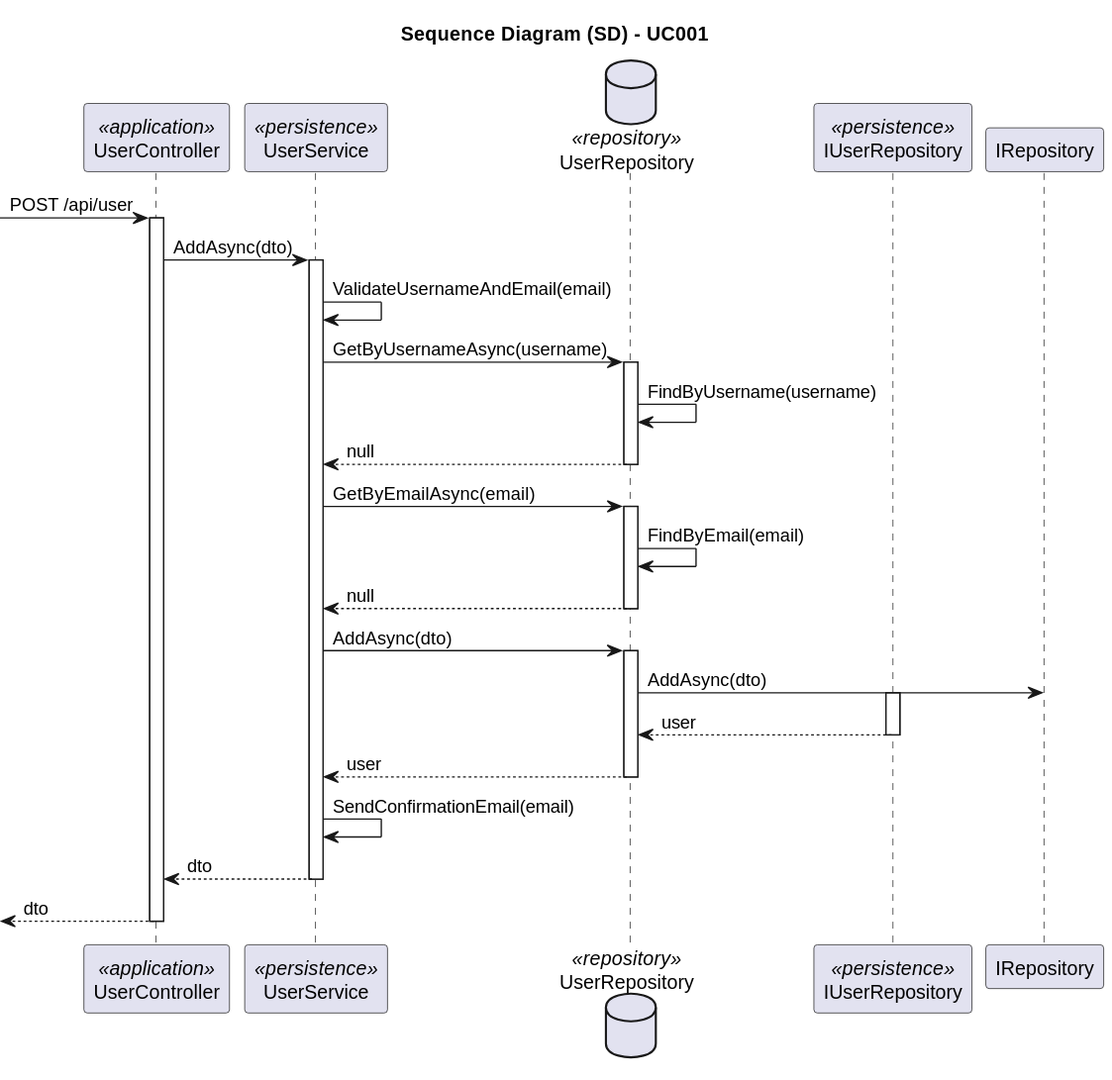
Before: docs/SprintA/UseCases/UC001/03.design/svg/uc001-sequence-diagram.svg, a diagram exported from PlantUML (1221124/sem5pi-24-25-g031).
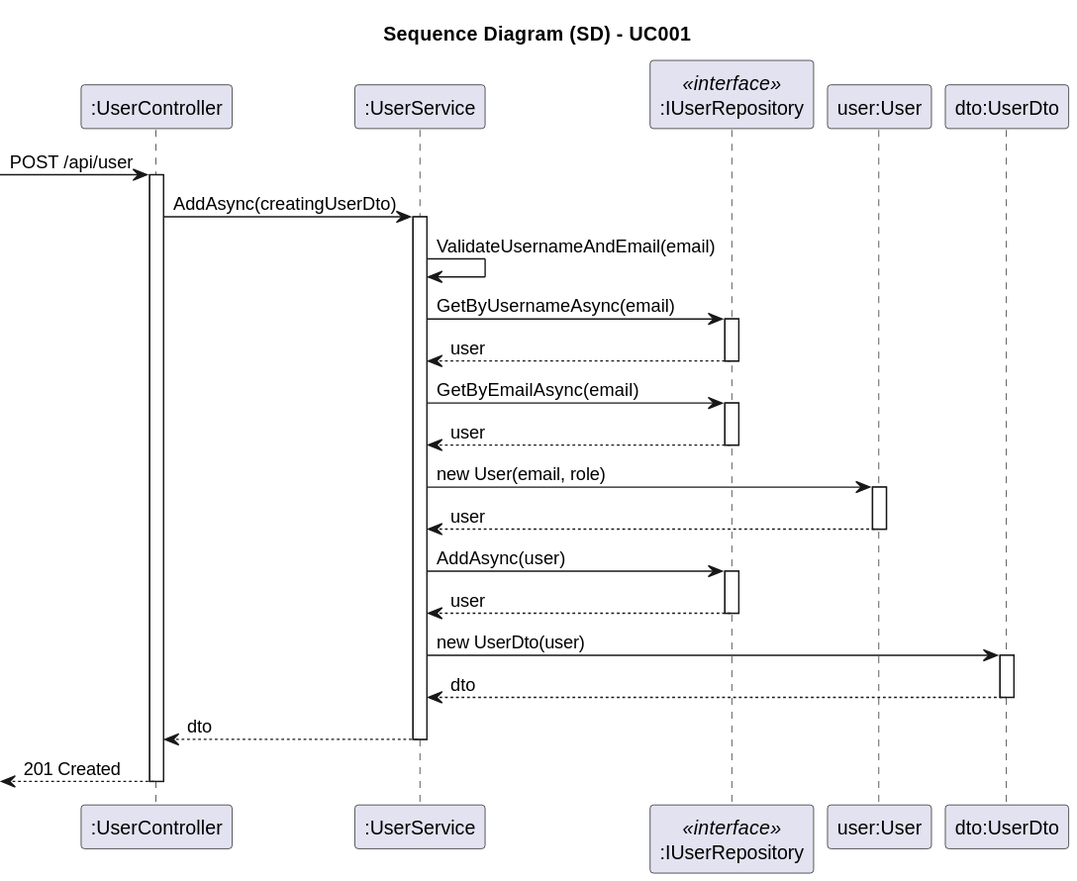
The same diagram one commit later.

Diff of the diagram source:
```diff
@@ -7,28 +7,27 @@
 
 title Sequence Diagram (SD) - UC001
 
-participant UserController as Controller <<application>>
-participant UserService as Service <<persistence>>
-database UserRepository as Repository <<repository>>
-participant IUserRepository as IRepo <<persistence>>
+participant ":UserController" as Controller
+participant ":UserService" as Service
+participant ":IUserRepository" as Repository <<interface>>
+participant "user:User" as Domain
+participant "dto:UserDto" as Dto
 
 -> Controller: POST /api/user
 
 activate Controller
 
-    Controller -> Service: AddAsync(dto)
+    Controller -> Service: AddAsync(creatingUserDto)
 
     activate Service
 
         Service -> Service: ValidateUsernameAndEmail(email)
 
-        Service -> Repository: GetByUsernameAsync(username)
+        Service -> Repository: GetByUsernameAsync(email)
 
         activate Repository
 
-            Repository -> Repository: FindByUsername(username)
-
-            Repository --> Service: null
+            Repository --> Service: user
 
         deactivate Repository
 
@@ -36,35 +35,39 @@
 
         activate Repository
 
-            Repository -> Repository: FindByEmail(email)
-
-            Repository --> Service: null
+            Repository --> Service: user
 
         deactivate Repository
 
-        Service -> Repository: AddAsync(dto)
+        Service -> Domain: new User(email, role)
+
+        activate Domain
+
+            Domain --> Service: user
+
+        deactivate Domain
+
+        Service -> Repository: AddAsync(user)
 
         activate Repository
-
-            Repository -> IRepository: AddAsync(dto)
-
-            activate IRepo
-
-                IRepo --> Repository: user
-
-            deactivate IRepo
 
             Repository --> Service: user
 
         deactivate Repository
 
-        Service -> Service: SendConfirmationEmail(email)
+        Service -> Dto: new UserDto(user)
+
+        activate Dto
+
+            Dto --> Service: dto
+
+        deactivate Dto
 
         Service --> Controller: dto
 
     deactivate Service
 
-    <-- Controller: dto
+    <-- Controller :201 Created
 
 deactivate Controller
 @enduml
```
